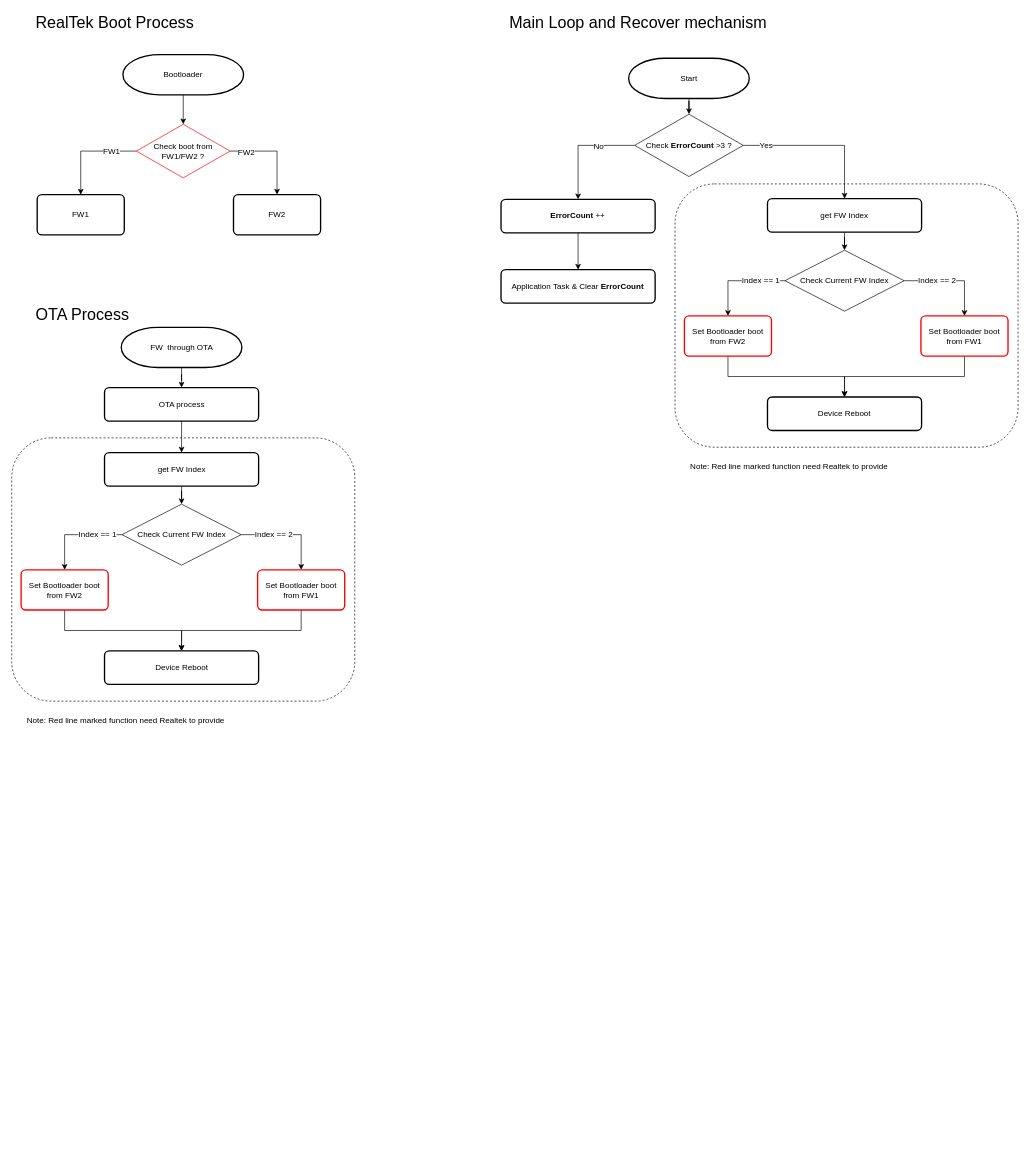
This is AutoRecovery.drawio from starbuckslatte/starbuckslatte.github.io, a draw.io file, before an edit. Source tidied: cells renumbered, new cells numbered last; positions are measured from the earlier drawing's top-left corner, leaving out a move shared by most shapes. Both pictures are drawn from the tidied source at 67%, with x=0, y=0 at pixel (11, 11).
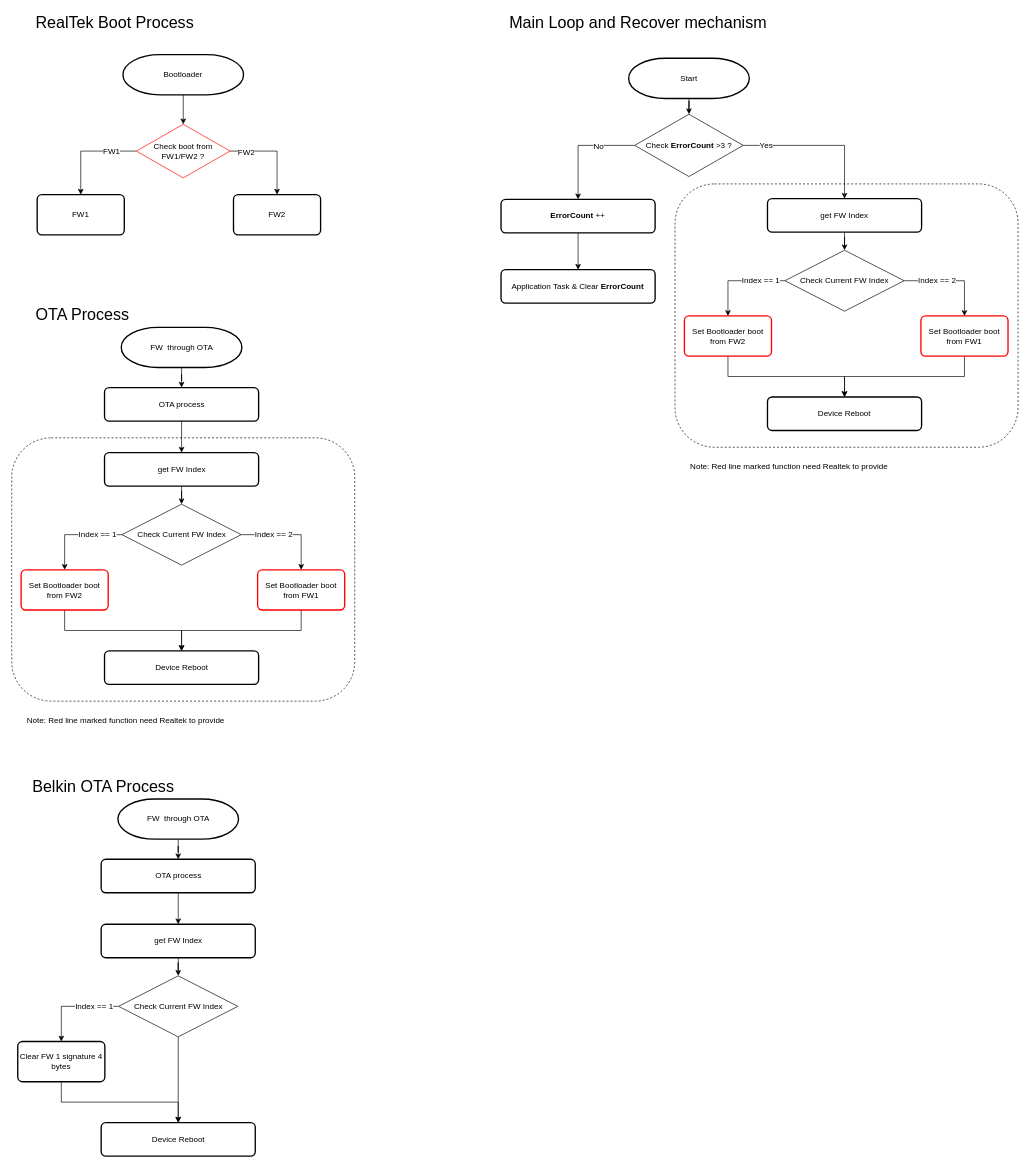
The same page after the edit.

What changed in the source:
```diff
@@
+    <mxCell id="57" style="edgeStyle=orthogonalEdgeStyle;rounded=0;jettySize=auto;html=1;" parent="1" edge="1" source="58" target="60">
+      <mxGeometry relative="1" as="geometry" />
+    </mxCell>
+    <mxCell id="58" value="FW&amp;nbsp; through OTA" style="strokeWidth=2;html=1;shape=mxgraph.flowchart.terminator;whiteSpace=wrap;" parent="1" vertex="1">
+      <mxGeometry x="158.5" y="1175" width="180" height="60" as="geometry" />
+    </mxCell>
+    <mxCell id="59" style="edgeStyle=orthogonalEdgeStyle;rounded=0;jettySize=auto;html=1;" parent="1" edge="1" source="60" target="67">
+      <mxGeometry relative="1" as="geometry" />
+    </mxCell>
+    <mxCell id="60" value="OTA process" style="rounded=1;whiteSpace=wrap;html=1;absoluteArcSize=1;arcSize=14;strokeWidth=2;" parent="1" vertex="1">
+      <mxGeometry x="133.5" y="1265" width="230" height="50" as="geometry" />
+    </mxCell>
+    <mxCell id="61" value="&lt;div style=&quot;font-size: 24px&quot;&gt;&lt;font style=&quot;font-size: 24px&quot;&gt;Belkin OTA Process&lt;/font&gt;&lt;/div&gt;" style="text;html=1;align=left;verticalAlign=top;spacingTop=-4;" parent="1" vertex="1">
+      <mxGeometry x="28.5" y="1140" width="230" height="20" as="geometry" />
+    </mxCell>
+    <mxCell id="62" style="edgeStyle=orthogonalEdgeStyle;rounded=0;jettySize=auto;html=1;exitX=0;exitY=0.5;exitDx=0;exitDy=0;" parent="1" edge="1" source="69" target="65">
+      <mxGeometry relative="1" as="geometry" />
+    </mxCell>
+    <mxCell id="63" value="Index == 1" style="text;html=1;align=center;verticalAlign=middle;labelBackgroundColor=#ffffff;" parent="62" vertex="1">
+      <mxGeometry x="-0.27" y="1" relative="1" as="geometry">
+        <mxPoint x="13" y="-1.5" as="offset" />
+      </mxGeometry>
+    </mxCell>
+    <mxCell id="64" style="edgeStyle=orthogonalEdgeStyle;rounded=0;jettySize=auto;html=1;" parent="1" edge="1" source="65" target="70">
+      <mxGeometry relative="1" as="geometry" />
+    </mxCell>
+    <mxCell id="65" value="Clear FW 1 signature 4 bytes" style="rounded=1;whiteSpace=wrap;html=1;absoluteArcSize=1;arcSize=14;strokeWidth=2;strokeColor=#000000;" parent="1" vertex="1">
+      <mxGeometry x="9" y="1537" width="130" height="60" as="geometry" />
+    </mxCell>
+    <mxCell id="66" style="edgeStyle=orthogonalEdgeStyle;rounded=0;jettySize=auto;html=1;" parent="1" edge="1" source="67" target="69">
+      <mxGeometry relative="1" as="geometry" />
+    </mxCell>
+    <mxCell id="67" value="get FW Index" style="rounded=1;whiteSpace=wrap;html=1;absoluteArcSize=1;arcSize=14;strokeWidth=2;" parent="1" vertex="1">
+      <mxGeometry x="133.5" y="1362" width="230" height="50" as="geometry" />
+    </mxCell>
+    <mxCell id="68" style="edgeStyle=orthogonalEdgeStyle;rounded=0;jettySize=auto;html=1;" parent="1" edge="1" source="69" target="70">
+      <mxGeometry relative="1" as="geometry" />
+    </mxCell>
+    <mxCell id="69" value="Check Current FW Index" style="rhombus;whiteSpace=wrap;html=1;" parent="1" vertex="1">
+      <mxGeometry x="159.5" y="1439" width="178" height="91" as="geometry" />
+    </mxCell>
+    <mxCell id="70" value="Device Reboot" style="rounded=1;whiteSpace=wrap;html=1;absoluteArcSize=1;arcSize=14;strokeWidth=2;" parent="1" vertex="1">
+      <mxGeometry x="133.5" y="1658" width="230" height="50" as="geometry" />
+    </mxCell>
```
